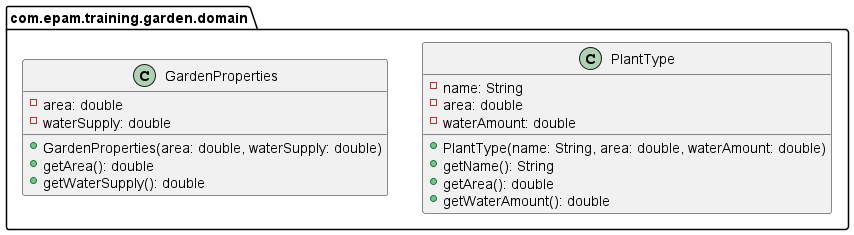
epam-mep-java/exercise-specification-images keeps this PlantUML diagram as java-basics-garden-planner/garden-planner-domain.png. Above is the earlier version.
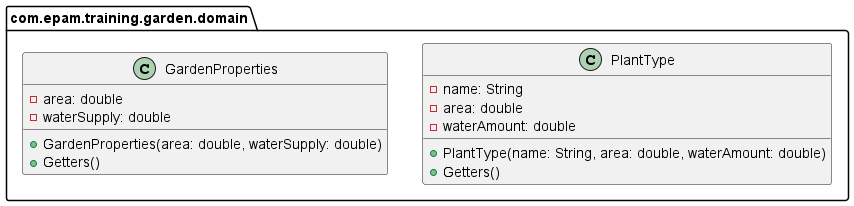
After the change.

Commit message:
Updated Java Basics Garden Planner diagrams

Change to the diagram source:
```diff
@@ -1,5 +1,6 @@
 @startuml
 
+set separator none
 package com.epam.training.garden.domain {
     class PlantType {
         - name: String
@@ -7,9 +8,7 @@
         - waterAmount: double
 
         + PlantType(name: String, area: double, waterAmount: double)
-        + getName(): String
-        + getArea(): double
-        + getWaterAmount(): double
+        + Getters()
     }
 
     class GardenProperties {
@@ -17,8 +16,7 @@
         - waterSupply: double
 
         + GardenProperties(area: double, waterSupply: double)
-        + getArea(): double
-        + getWaterSupply(): double
+        + Getters()
     }
 }
 @enduml
```
